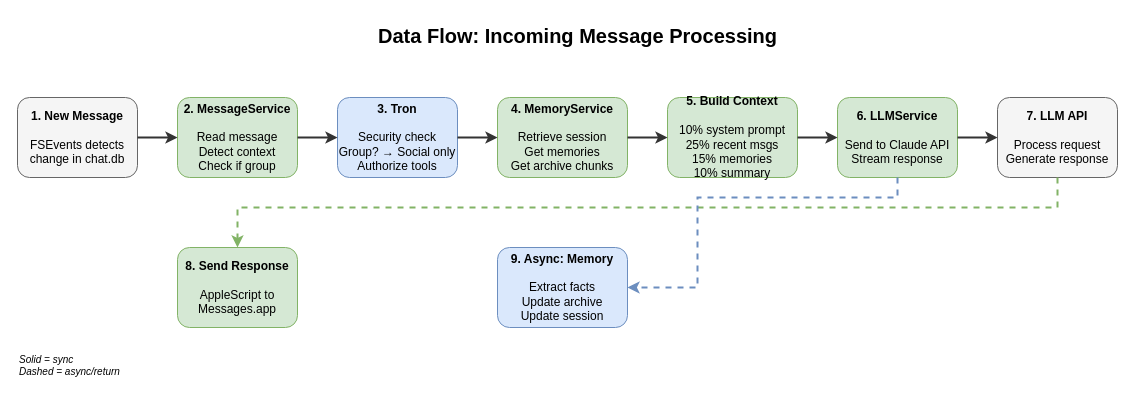
The draw.io diagram page "Data Flow - Message Processing" (2 of 3) of docs/diagrams/emberhearth-architecture.drawio in tokenfires/emberhearth, before the edit. Source tidied: cells renumbered, new cells numbered last; positions are measured from the earlier drawing's top-left corner, leaving out a move shared by most shapes. Both pictures are drawn from the tidied source at 100%, with x=0, y=0 at pixel (17, 17).
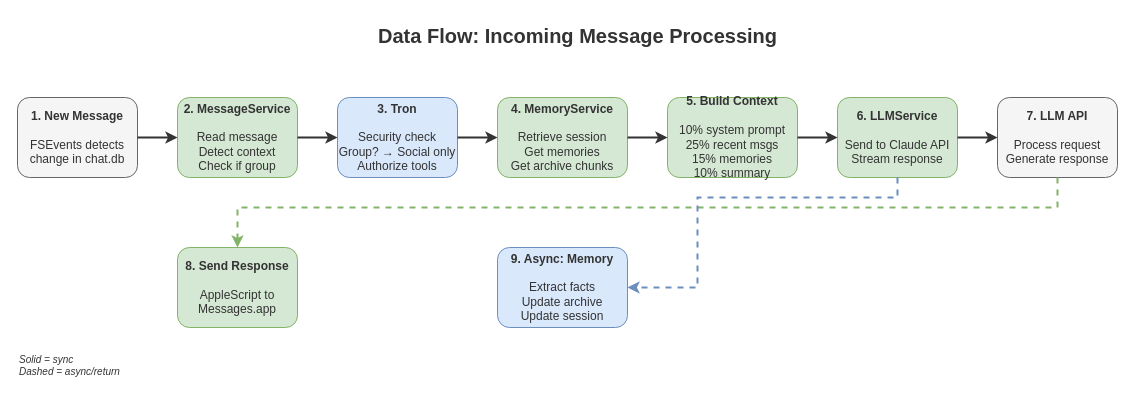
The same diagram, later.

What changed in the source:
```diff
@@
-    <mxCell id="2" value="&lt;font style=&quot;font-size: 20px;&quot;&gt;&lt;b&gt;Data Flow: Incoming Message Processing&lt;/b&gt;&lt;/font&gt;" style="text;html=1;strokeColor=none;fillColor=none;align=center;" parent="1" vertex="1">
+    <mxCell id="2" value="&lt;font style=&quot;font-size: 20px;&quot;&gt;&lt;b&gt;Data Flow: Incoming Message Processing&lt;/b&gt;&lt;/font&gt;" style="text;html=1;strokeColor=none;fillColor=none;align=center;fontColor=#333333;" parent="1" vertex="1">
       <mxGeometry x="360" width="400" height="30" as="geometry" />
     </mxCell>
-    <mxCell id="3" value="&lt;b&gt;1. New Message&lt;/b&gt;&lt;br&gt;&lt;br&gt;FSEvents detects&lt;br&gt;change in chat.db" style="rounded=1;whiteSpace=wrap;html=1;fillColor=#f5f5f5;strokeColor=#666666;" parent="1" vertex="1">
+    <mxCell id="3" value="&lt;b&gt;1. New Message&lt;/b&gt;&lt;br&gt;&lt;br&gt;FSEvents detects&lt;br&gt;change in chat.db" style="rounded=1;whiteSpace=wrap;html=1;fillColor=#f5f5f5;strokeColor=#666666;fontColor=#333333;" parent="1" vertex="1">
       <mxGeometry y="80" width="120" height="80" as="geometry" />
     </mxCell>
-    <mxCell id="4" value="&lt;b&gt;2. MessageService&lt;/b&gt;&lt;br&gt;&lt;br&gt;Read message&lt;br&gt;Detect context&lt;br&gt;Check if group" style="rounded=1;whiteSpace=wrap;html=1;fillColor=#d5e8d4;strokeColor=#82b366;" parent="1" vertex="1">
+    <mxCell id="4" value="&lt;b&gt;2. MessageService&lt;/b&gt;&lt;br&gt;&lt;br&gt;Read message&lt;br&gt;Detect context&lt;br&gt;Check if group" style="rounded=1;whiteSpace=wrap;html=1;fillColor=#d5e8d4;strokeColor=#82b366;fontColor=#333333;" parent="1" vertex="1">
       <mxGeometry x="160" y="80" width="120" height="80" as="geometry" />
     </mxCell>
-    <mxCell id="5" value="&lt;b&gt;3. Tron&lt;/b&gt;&lt;br&gt;&lt;br&gt;Security check&lt;br&gt;Group? → Social only&lt;br&gt;Authorize tools" style="rounded=1;whiteSpace=wrap;html=1;fillColor=#dae8fc;strokeColor=#6c8ebf;" parent="1" vertex="1">
+    <mxCell id="5" value="&lt;b&gt;3. Tron&lt;/b&gt;&lt;br&gt;&lt;br&gt;Security check&lt;br&gt;Group? → Social only&lt;br&gt;Authorize tools" style="rounded=1;whiteSpace=wrap;html=1;fillColor=#dae8fc;strokeColor=#6c8ebf;fontColor=#333333;" parent="1" vertex="1">
       <mxGeometry x="320" y="80" width="120" height="80" as="geometry" />
     </mxCell>
-    <mxCell id="6" value="&lt;b&gt;4. MemoryService&lt;/b&gt;&lt;br&gt;&lt;br&gt;Retrieve session&lt;br&gt;Get memories&lt;br&gt;Get archive chunks" style="rounded=1;whiteSpace=wrap;html=1;fillColor=#d5e8d4;strokeColor=#82b366;" parent="1" vertex="1">
+    <mxCell id="6" value="&lt;b&gt;4. MemoryService&lt;/b&gt;&lt;br&gt;&lt;br&gt;Retrieve session&lt;br&gt;Get memories&lt;br&gt;Get archive chunks" style="rounded=1;whiteSpace=wrap;html=1;fillColor=#d5e8d4;strokeColor=#82b366;fontColor=#333333;" parent="1" vertex="1">
       <mxGeometry x="480" y="80" width="130" height="80" as="geometry" />
     </mxCell>
-    <mxCell id="7" value="&lt;b&gt;5. Build Context&lt;/b&gt;&lt;br&gt;&lt;br&gt;10% system prompt&lt;br&gt;25% recent msgs&lt;br&gt;15% memories&lt;br&gt;10% summary" style="rounded=1;whiteSpace=wrap;html=1;fillColor=#d5e8d4;strokeColor=#82b366;" parent="1" vertex="1">
+    <mxCell id="7" value="&lt;b&gt;5. Build Context&lt;/b&gt;&lt;br&gt;&lt;br&gt;10% system prompt&lt;br&gt;25% recent msgs&lt;br&gt;15% memories&lt;br&gt;10% summary" style="rounded=1;whiteSpace=wrap;html=1;fillColor=#d5e8d4;strokeColor=#82b366;fontColor=#333333;" parent="1" vertex="1">
       <mxGeometry x="650" y="80" width="130" height="80" as="geometry" />
     </mxCell>
-    <mxCell id="8" value="&lt;b&gt;6. LLMService&lt;/b&gt;&lt;br&gt;&lt;br&gt;Send to Claude API&lt;br&gt;Stream response" style="rounded=1;whiteSpace=wrap;html=1;fillColor=#d5e8d4;strokeColor=#82b366;" parent="1" vertex="1">
+    <mxCell id="8" value="&lt;b&gt;6. LLMService&lt;/b&gt;&lt;br&gt;&lt;br&gt;Send to Claude API&lt;br&gt;Stream response" style="rounded=1;whiteSpace=wrap;html=1;fillColor=#d5e8d4;strokeColor=#82b366;fontColor=#333333;" parent="1" vertex="1">
       <mxGeometry x="820" y="80" width="120" height="80" as="geometry" />
     </mxCell>
-    <mxCell id="9" value="&lt;b&gt;7. LLM API&lt;/b&gt;&lt;br&gt;&lt;br&gt;Process request&lt;br&gt;Generate response" style="rounded=1;whiteSpace=wrap;html=1;fillColor=#f5f5f5;strokeColor=#666666;" parent="1" vertex="1">
+    <mxCell id="9" value="&lt;b&gt;7. LLM API&lt;/b&gt;&lt;br&gt;&lt;br&gt;Process request&lt;br&gt;Generate response" style="rounded=1;whiteSpace=wrap;html=1;fillColor=#f5f5f5;strokeColor=#666666;fontColor=#333333;" parent="1" vertex="1">
       <mxGeometry x="980" y="80" width="120" height="80" as="geometry" />
     </mxCell>
-    <mxCell id="10" value="&lt;b&gt;8. Send Response&lt;/b&gt;&lt;br&gt;&lt;br&gt;AppleScript to&lt;br&gt;Messages.app" style="rounded=1;whiteSpace=wrap;html=1;fillColor=#d5e8d4;strokeColor=#82b366;" parent="1" vertex="1">
+    <mxCell id="10" value="&lt;b&gt;8. Send Response&lt;/b&gt;&lt;br&gt;&lt;br&gt;AppleScript to&lt;br&gt;Messages.app" style="rounded=1;whiteSpace=wrap;html=1;fillColor=#d5e8d4;strokeColor=#82b366;fontColor=#333333;" parent="1" vertex="1">
       <mxGeometry x="160" y="230" width="120" height="80" as="geometry" />
     </mxCell>
-    <mxCell id="11" value="&lt;b&gt;9. Async: Memory&lt;/b&gt;&lt;br&gt;&lt;br&gt;Extract facts&lt;br&gt;Update archive&lt;br&gt;Update session" style="rounded=1;whiteSpace=wrap;html=1;fillColor=#dae8fc;strokeColor=#6c8ebf;" parent="1" vertex="1">
+    <mxCell id="11" value="&lt;b&gt;9. Async: Memory&lt;/b&gt;&lt;br&gt;&lt;br&gt;Extract facts&lt;br&gt;Update archive&lt;br&gt;Update session" style="rounded=1;whiteSpace=wrap;html=1;fillColor=#dae8fc;strokeColor=#6c8ebf;fontColor=#333333;" parent="1" vertex="1">
       <mxGeometry x="480" y="230" width="130" height="80" as="geometry" />
     </mxCell>
@@
-    <mxCell id="20" value="Solid = sync&lt;br&gt;Dashed = async/return" style="text;html=1;strokeColor=none;fillColor=none;fontSize=10;fontStyle=2;" parent="1" vertex="1">
+    <mxCell id="20" value="Solid = sync&lt;br&gt;Dashed = async/return" style="text;html=1;strokeColor=none;fillColor=none;fontSize=10;fontStyle=2;fontColor=#333333;" parent="1" vertex="1">
       <mxGeometry y="330" width="120" height="30" as="geometry" />
     </mxCell>
```
